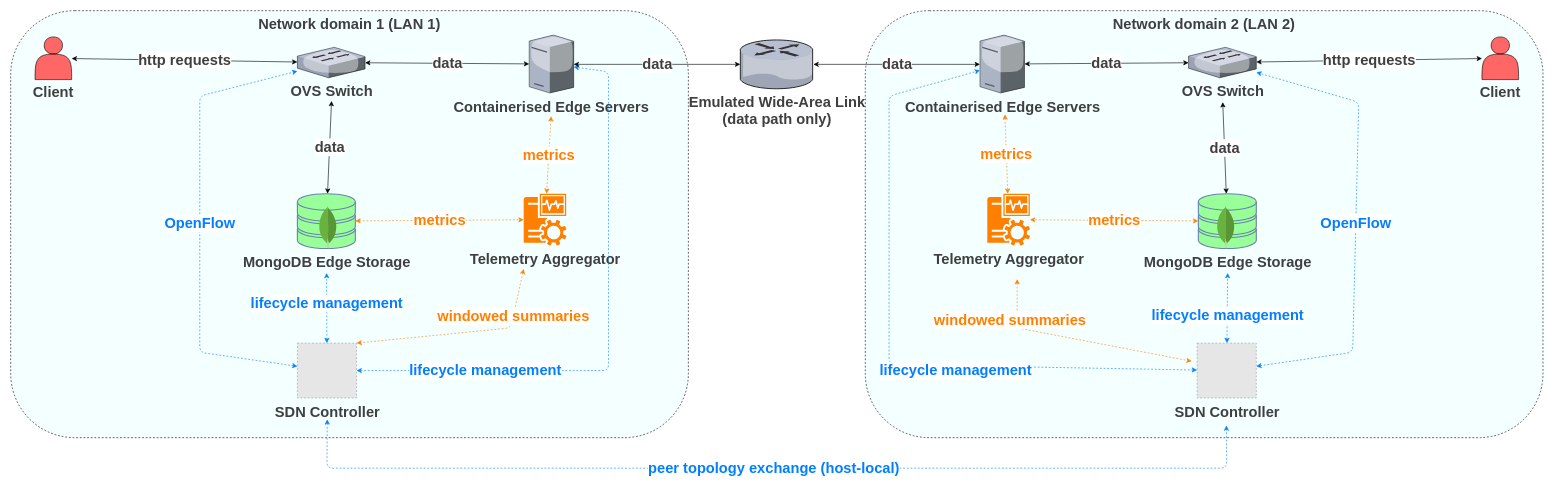
The draw.io diagram tese/images/src/architecture_overview_v2.drawio in poioe20p/efficient-storage-in-edge-scenarios, before the edit. Source tidied: cells renumbered, new cells numbered last; positions are measured from the earlier drawing's top-left corner, leaving out a move shared by most shapes. Both pictures are drawn from the tidied source at 61%, with x=0, y=0 at pixel (10, 10). Pictures stored in the file or linked from it are replaced by grey dashed boxes.
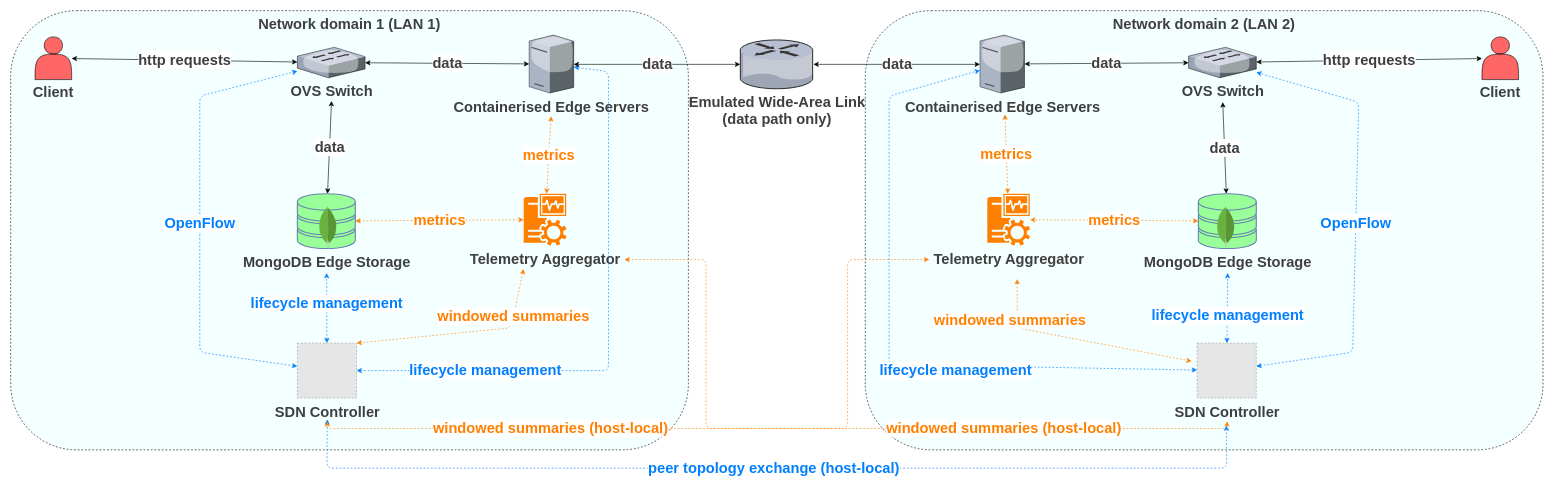
After the change.

The change refers to these unchanged cells:
```xml
<mxCell id="13" value="Telemetry Aggregator" style="text;html=1;align=center;verticalAlign=middle;fontFamily=Helvetica;fontSize=24;fontStyle=1;fontColor=#3F3F3F;" parent="1" vertex="1">
  <mxGeometry x="746" y="393" width="260" height="30" as="geometry" />
</mxCell>
<mxCell id="15" value="SDN Controller" style="text;html=1;align=center;verticalAlign=middle;fontFamily=Helvetica;fontSize=24;fontStyle=1;fontColor=#3F3F3F;" parent="1" vertex="1">
  <mxGeometry x="389" y="643" width="260" height="30" as="geometry" />
</mxCell>
<mxCell id="36" value="Telemetry Aggregator" style="text;html=1;align=center;verticalAlign=middle;fontFamily=Helvetica;fontSize=24;fontStyle=1;fontColor=#3F3F3F;" parent="1" vertex="1">
  <mxGeometry x="1506" y="393" width="260" height="30" as="geometry" />
</mxCell>
<mxCell id="38" value="SDN Controller" style="text;html=1;align=center;verticalAlign=middle;fontFamily=Helvetica;fontSize=24;fontStyle=1;fontColor=#3F3F3F;" parent="1" vertex="1">
  <mxGeometry x="1864" y="643" width="260" height="30" as="geometry" />
</mxCell>
```

What changed in the source:
```diff
@@
     <mxCell id="2" style="rounded=1;whiteSpace=wrap;html=1;dashed=1;fillColor=#F4FFFF;fontFamily=Helvetica;fontSize=18;" parent="1" vertex="1">
-      <mxGeometry width="1111" height="700" as="geometry" />
+      <mxGeometry width="1111" height="720" as="geometry" />
     </mxCell>
@@
     <mxCell id="25" style="rounded=1;whiteSpace=wrap;html=1;dashed=1;fillColor=#F4FFFF;fontFamily=Helvetica;fontSize=18;" parent="1" vertex="1">
-      <mxGeometry x="1401" width="1111" height="700" as="geometry" />
+      <mxGeometry x="1401" width="1111" height="720" as="geometry" />
     </mxCell>
@@
+    <mxCell id="53" value="windowed summaries (host-local)" style="edgeStyle=none;html=1;endArrow=classic;startArrow=classic;strokeColor=#FF8000;dashed=1;fontFamily=Helvetica;fontSize=24;fontStyle=1;fontColor=#FF8000;labelBackgroundColor=#FFFFFF;exitX=1;exitY=0.5;exitDx=0;exitDy=0;entryX=0.5;entryY=1;entryDx=0;entryDy=0;" parent="1" edge="1" source="13" target="38">
+      <mxGeometry relative="1" as="geometry">
+        <Array as="points">
+          <mxPoint x="1140" y="408" />
+          <mxPoint x="1140" y="685" />
+          <mxPoint x="1994" y="685" />
+        </Array>
+        <mxPoint x="260" as="offset" />
+      </mxGeometry>
+    </mxCell>
+    <mxCell id="54" value="windowed summaries (host-local)" style="edgeStyle=none;html=1;endArrow=classic;startArrow=classic;strokeColor=#FF8000;dashed=1;fontFamily=Helvetica;fontSize=24;fontStyle=1;fontColor=#FF8000;labelBackgroundColor=#FFFFFF;exitX=0;exitY=0.5;exitDx=0;exitDy=0;entryX=0.5;entryY=1;entryDx=0;entryDy=0;" parent="1" edge="1" source="36" target="15">
+      <mxGeometry relative="1" as="geometry">
+        <Array as="points">
+          <mxPoint x="1372" y="408" />
+          <mxPoint x="1372" y="685" />
+          <mxPoint x="519" y="685" />
+        </Array>
+        <mxPoint x="-260" as="offset" />
+      </mxGeometry>
+    </mxCell>
```
